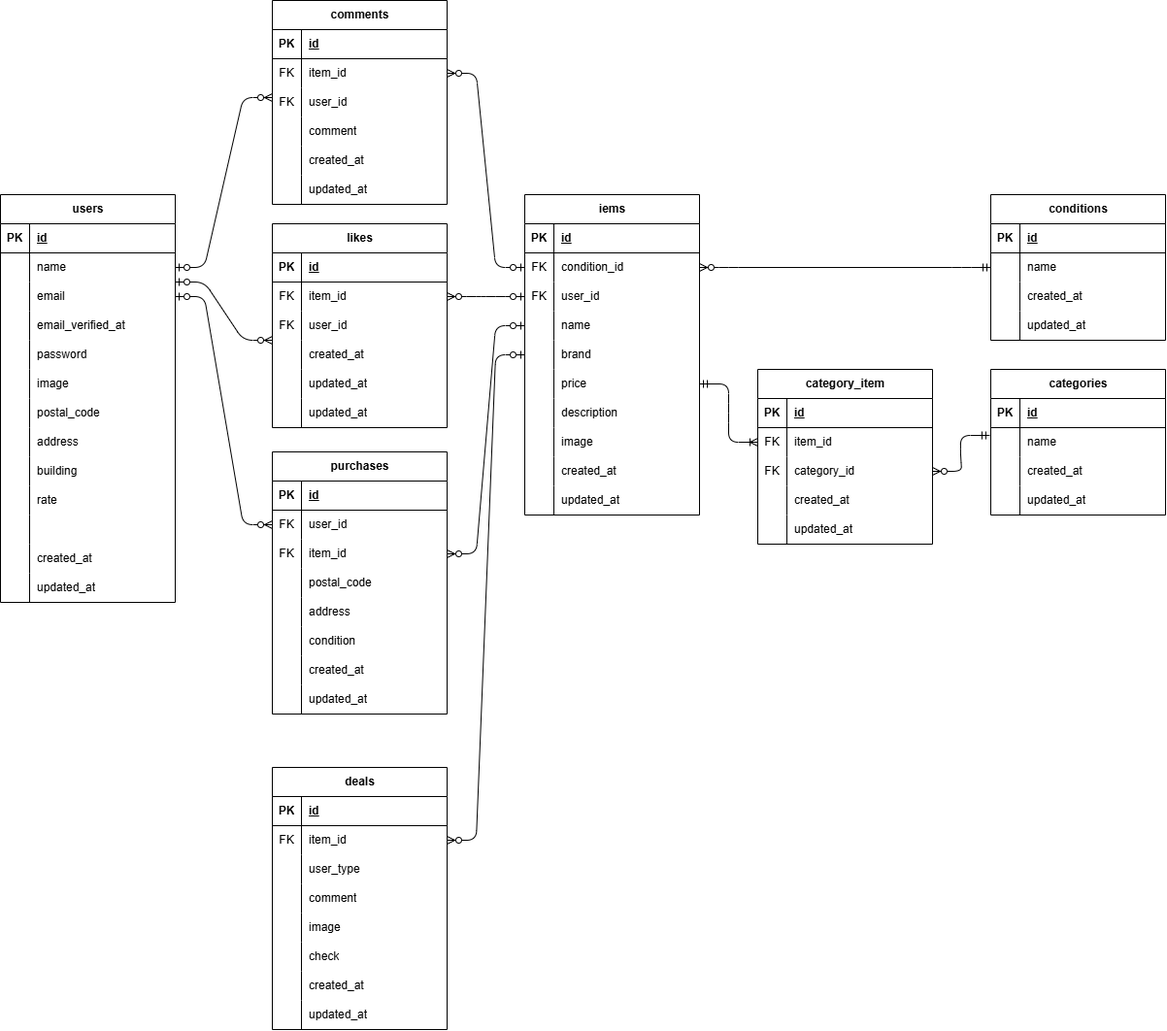
Earlier version of the draw.io export er.drawio.png (s-kiso/flea-market). Source tidied: cells renumbered, new cells last; positions are measured from the earlier drawing's top-left corner, leaving out a move shared by most shapes.
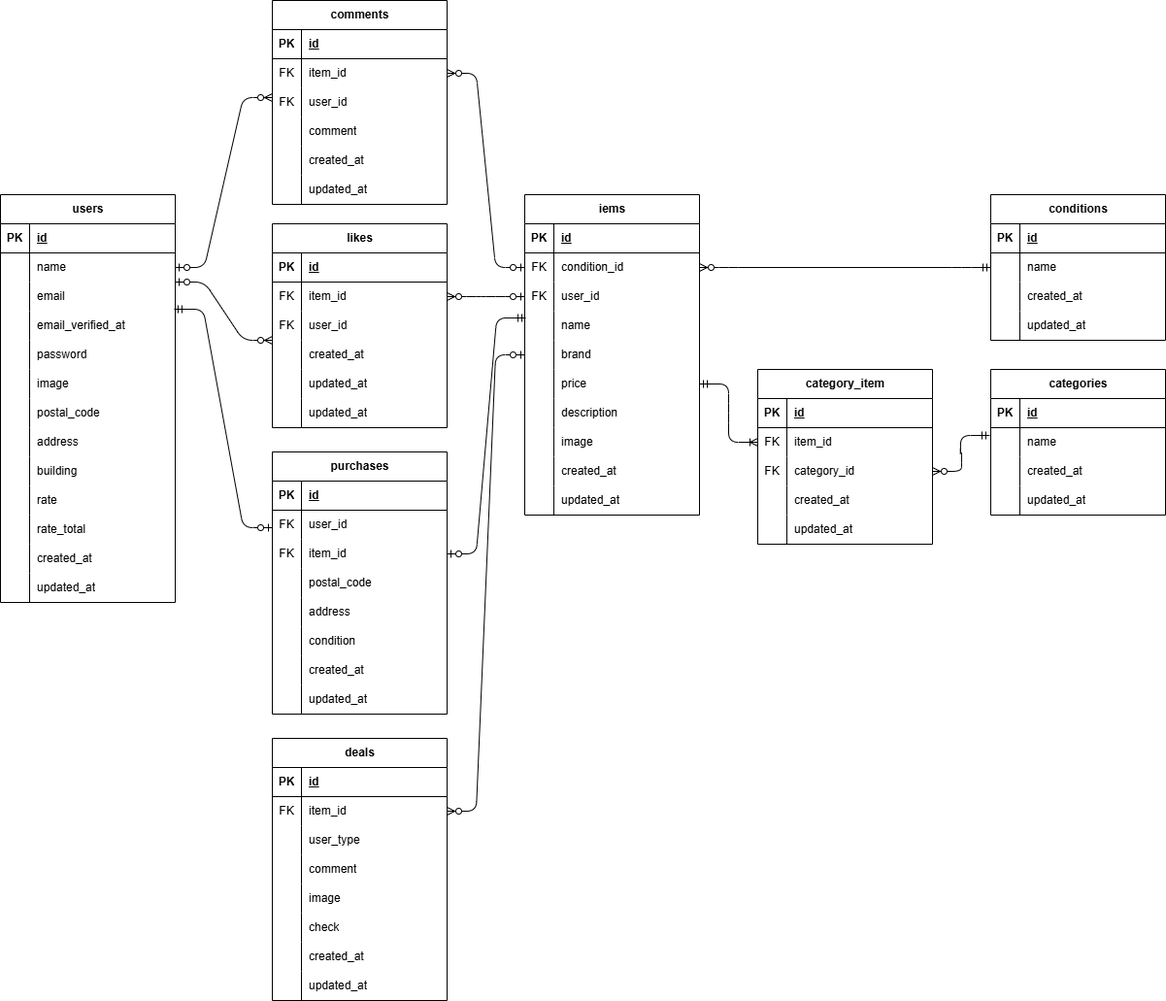
The same file after the commit.

The edit, as a diff of the source:
```diff
@@ -320,7 +320,7 @@
     <mxCell id="107" style="shape=partialRectangle;fillColor=none;top=0;left=0;bottom=0;right=0;overflow=hidden;whiteSpace=wrap;html=1;" parent="106" vertex="1">
       <mxGeometry width="30" height="30" as="geometry" />
     </mxCell>
-    <mxCell id="108" style="shape=partialRectangle;fillColor=none;top=0;left=0;bottom=0;right=0;align=left;spacingLeft=6;overflow=hidden;whiteSpace=wrap;html=1;" parent="106" vertex="1">
+    <mxCell id="108" value="rate_total" style="shape=partialRectangle;fillColor=none;top=0;left=0;bottom=0;right=0;align=left;spacingLeft=6;overflow=hidden;whiteSpace=wrap;html=1;" parent="106" vertex="1">
       <mxGeometry x="30" width="150" height="30" as="geometry" />
     </mxCell>
     <mxCell id="109" style="shape=tableRow;horizontal=0;startSize=0;swimlaneHead=0;swimlaneBody=0;fillColor=none;top=0;left=0;right=0;bottom=0;" parent="75" vertex="1">
@@ -557,14 +557,8 @@
         <mxPoint x="280" y="100" as="targetPoint" />
       </mxGeometry>
     </mxCell>
-    <mxCell id="185" style="edgeStyle=entityRelationEdgeStyle;fontSize=12;html=1;endArrow=ERzeroToMany;startArrow=ERzeroToOne;exitX=1;exitY=0.5;exitDx=0;exitDy=0;entryX=0;entryY=0.5;entryDx=0;entryDy=0;" parent="1" edge="1" source="82" target="157">
-      <mxGeometry relative="1" as="geometry" />
-    </mxCell>
-    <mxCell id="186" style="edgeStyle=entityRelationEdgeStyle;fontSize=12;html=1;endArrow=ERzeroToMany;startArrow=ERzeroToOne;exitX=0;exitY=0.5;exitDx=0;exitDy=0;entryX=1;entryY=0.5;entryDx=0;entryDy=0;" parent="1" edge="1" source="12" target="160">
-      <mxGeometry relative="1" as="geometry" />
-    </mxCell>
     <mxCell id="187" value="deals" style="shape=table;startSize=30;rowLines=0;fontStyle=1;align=center;html=1;" parent="1" vertex="1">
-      <mxGeometry x="280" y="790" width="180" height="270" as="geometry" />
+      <mxGeometry x="280" y="760" width="180" height="270" as="geometry" />
     </mxCell>
     <mxCell id="188" style="shape=tableRow;horizontal=0;startSize=0;swimlaneHead=0;swimlaneBody=0;fillColor=none;top=0;left=0;right=0;bottom=1;" parent="187" vertex="1">
       <mxGeometry y="30" width="180" height="30" as="geometry" />
@@ -641,5 +635,13 @@
     <mxCell id="212" style="edgeStyle=entityRelationEdgeStyle;fontSize=12;html=1;endArrow=ERzeroToMany;startArrow=ERzeroToOne;exitX=0;exitY=0.5;exitDx=0;exitDy=0;entryX=1;entryY=0.5;entryDx=0;entryDy=0;" parent="1" edge="1" source="15" target="191">
       <mxGeometry relative="1" as="geometry" />
     </mxCell>
+    <mxCell id="186" style="edgeStyle=entityRelationEdgeStyle;fontSize=12;html=1;endArrow=ERzeroToOne;startArrow=ERmandOne;entryX=1;entryY=0.5;entryDx=0;entryDy=0;exitX=0.006;exitY=0.233;exitDx=0;exitDy=0;exitPerimeter=0;" parent="1" edge="1" source="12" target="160">
+      <mxGeometry relative="1" as="geometry" />
+    </mxCell>
+    <mxCell id="213" style="edgeStyle=entityRelationEdgeStyle;fontSize=12;html=1;endArrow=ERzeroToOne;startArrow=ERmandOne;entryX=1;entryY=0.5;entryDx=0;entryDy=0;exitX=0.994;exitY=-0.067;exitDx=0;exitDy=0;exitPerimeter=0;" parent="1" edge="1" source="85">
+      <mxGeometry relative="1" as="geometry">
+        <mxPoint x="280" y="543" as="targetPoint" />
+      </mxGeometry>
+    </mxCell>
   </root>
 </mxGraphModel>
```
